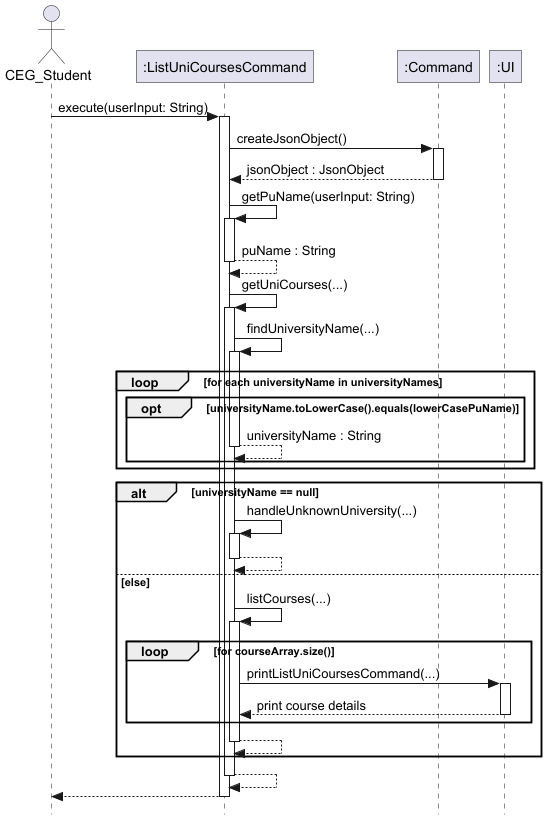
The PlantUML diagram docs/images/ListUniCoursesCommand.png in nus-cs2113-AY2425S1/tp, before a commit. Its diagram source:
```plantuml
@startuml

hide footbox

!include .SequenceDiagram.config

actor CEG_Student

participant ":ListUniCoursesCommand" as ListUniCoursesCommand
participant ":Command" as Command
participant ":UI" as UI

CEG_Student -> ListUniCoursesCommand : execute(userInput: String)
activate ListUniCoursesCommand

ListUniCoursesCommand -> Command : createJsonObject()
activate Command

Command --> ListUniCoursesCommand: jsonObject : JsonObject
deactivate Command

ListUniCoursesCommand -> ListUniCoursesCommand : getPuName(userInput: String)
activate ListUniCoursesCommand

return puName : String

ListUniCoursesCommand -> ListUniCoursesCommand : getUniCourses(...)
activate ListUniCoursesCommand

ListUniCoursesCommand -> ListUniCoursesCommand : findUniversityName(...)
activate ListUniCoursesCommand
loop for each universityName in universityNames
    opt universityName.toLowerCase().equals(lowerCasePuName)
    return universityName : String
    end
end

alt universityName == null
    ListUniCoursesCommand -> ListUniCoursesCommand : handleUnknownUniversity(...)
    activate ListUniCoursesCommand
    return
        else else
        ListUniCoursesCommand -> ListUniCoursesCommand : listCourses(...)
        activate ListUniCoursesCommand
            loop for courseArray.size()
            ListUniCoursesCommand -> UI : printListUniCoursesCommand(...)
            activate UI
            return print course details
            end
        return
    end
return

ListUniCoursesCommand --> CEG_Student
deactivate ListUniCoursesCommand

@enduml
```
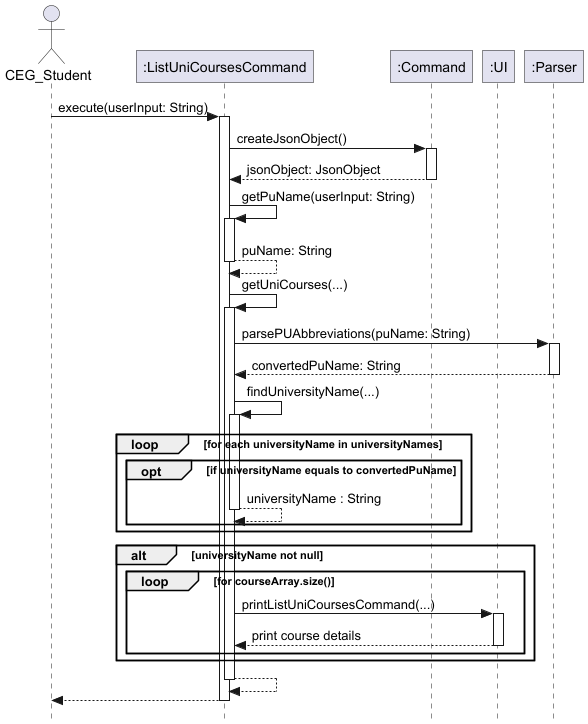
Above is the later version.

Commit message:
Modify sequence diagram to make it simpler

The edit, as a diff of the source:
```diff
@@ -9,46 +9,44 @@
 participant ":ListUniCoursesCommand" as ListUniCoursesCommand
 participant ":Command" as Command
 participant ":UI" as UI
+participant ":Parser" as Parser
 
-CEG_Student -> ListUniCoursesCommand : execute(userInput: String)
+CEG_Student -> ListUniCoursesCommand: execute(userInput: String)
 activate ListUniCoursesCommand
 
-ListUniCoursesCommand -> Command : createJsonObject()
+ListUniCoursesCommand -> Command: createJsonObject()
 activate Command
 
-Command --> ListUniCoursesCommand: jsonObject : JsonObject
+Command --> ListUniCoursesCommand: jsonObject: JsonObject
 deactivate Command
 
-ListUniCoursesCommand -> ListUniCoursesCommand : getPuName(userInput: String)
+ListUniCoursesCommand -> ListUniCoursesCommand: getPuName(userInput: String)
 activate ListUniCoursesCommand
 
-return puName : String
+return puName: String
 
-ListUniCoursesCommand -> ListUniCoursesCommand : getUniCourses(...)
+ListUniCoursesCommand -> ListUniCoursesCommand: getUniCourses(...)
 activate ListUniCoursesCommand
 
-ListUniCoursesCommand -> ListUniCoursesCommand : findUniversityName(...)
+ListUniCoursesCommand -> Parser: parsePUAbbreviations(puName: String)
+activate Parser
+return convertedPuName: String
+
+ListUniCoursesCommand -> ListUniCoursesCommand: findUniversityName(...)
 activate ListUniCoursesCommand
 loop for each universityName in universityNames
-    opt universityName.toLowerCase().equals(lowerCasePuName)
+    opt if universityName equals to convertedPuName
     return universityName : String
     end
 end
 
-alt universityName == null
-    ListUniCoursesCommand -> ListUniCoursesCommand : handleUnknownUniversity(...)
-    activate ListUniCoursesCommand
-    return
-        else else
-        ListUniCoursesCommand -> ListUniCoursesCommand : listCourses(...)
-        activate ListUniCoursesCommand
-            loop for courseArray.size()
-            ListUniCoursesCommand -> UI : printListUniCoursesCommand(...)
-            activate UI
-            return print course details
-            end
-        return
-    end
+alt universityName not null
+        loop for courseArray.size()
+        ListUniCoursesCommand -> UI: printListUniCoursesCommand(...)
+        activate UI
+        return print course details
+        end
+end
 return
 
 ListUniCoursesCommand --> CEG_Student
```
